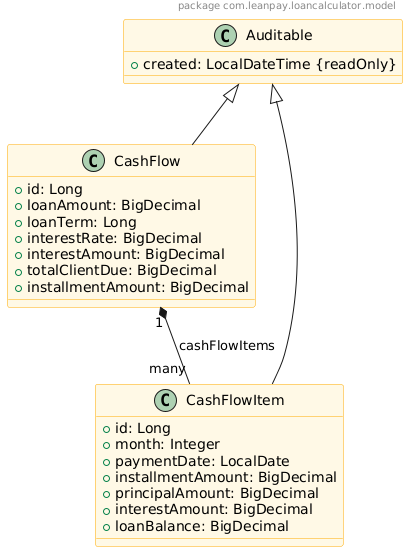
Earlier version of the PlantUML export docs/loan-calculator-class-diagram.png (dexa995/loan-calculator). Its diagram source:
```plantuml
@startuml
header
  package com.leanpay.loancalculator.model
endheader

class Auditable {
  + created: LocalDateTime {readOnly}
}

class CashFlow {
  + id: Long
  + loanAmount: BigDecimal
  + loanTerm: Long
  + interestRate: BigDecimal
  + interestAmount: BigDecimal
  + totalClientDue: BigDecimal
  + installmentAmount: BigDecimal
}

class CashFlowItem {
  + id: Long
  + month: Integer
  + paymentDate: LocalDate
  + installmentAmount: BigDecimal
  + principalAmount: BigDecimal
  + interestAmount: BigDecimal
  + loanBalance: BigDecimal
}

Auditable <|-- CashFlow
Auditable <|-- CashFlowItem

CashFlow "1" *-- "many" CashFlowItem : cashFlowItems

skinparam class {
  BackgroundColor #fff9e6
  BorderColor #ffaa00
  ArrowColor #666666
}
@enduml
```
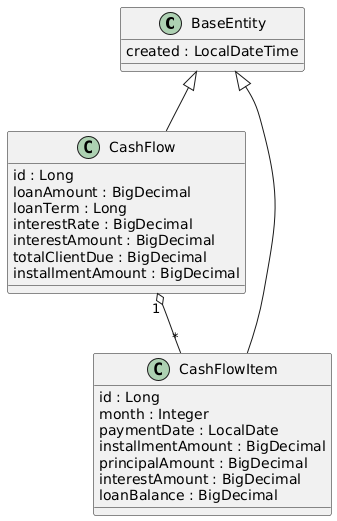
After the commit.

Commit message:
Modified README.md, added new pic of UML class diagram.

Diff of the diagram source:
```diff
@@ -1,40 +1,29 @@
 @startuml
-header
-  package com.leanpay.loancalculator.model
-endheader
-
-class Auditable {
-  + created: LocalDateTime {readOnly}
+class BaseEntity {
+  created : LocalDateTime
 }
 
 class CashFlow {
-  + id: Long
-  + loanAmount: BigDecimal
-  + loanTerm: Long
-  + interestRate: BigDecimal
-  + interestAmount: BigDecimal
-  + totalClientDue: BigDecimal
-  + installmentAmount: BigDecimal
+  id : Long
+  loanAmount : BigDecimal
+  loanTerm : Long
+  interestRate : BigDecimal
+  interestAmount : BigDecimal
+  totalClientDue : BigDecimal
+  installmentAmount : BigDecimal
 }
 
 class CashFlowItem {
-  + id: Long
-  + month: Integer
-  + paymentDate: LocalDate
-  + installmentAmount: BigDecimal
-  + principalAmount: BigDecimal
-  + interestAmount: BigDecimal
-  + loanBalance: BigDecimal
+  id : Long
+  month : Integer
+  paymentDate : LocalDate
+  installmentAmount : BigDecimal
+  principalAmount : BigDecimal
+  interestAmount : BigDecimal
+  loanBalance : BigDecimal
 }
 
-Auditable <|-- CashFlow
-Auditable <|-- CashFlowItem
-
-CashFlow "1" *-- "many" CashFlowItem : cashFlowItems
-
-skinparam class {
-  BackgroundColor #fff9e6
-  BorderColor #ffaa00
-  ArrowColor #666666
-}
+BaseEntity <|-- CashFlow
+BaseEntity <|-- CashFlowItem
+CashFlow "1" o-- "*" CashFlowItem
 @enduml
```
